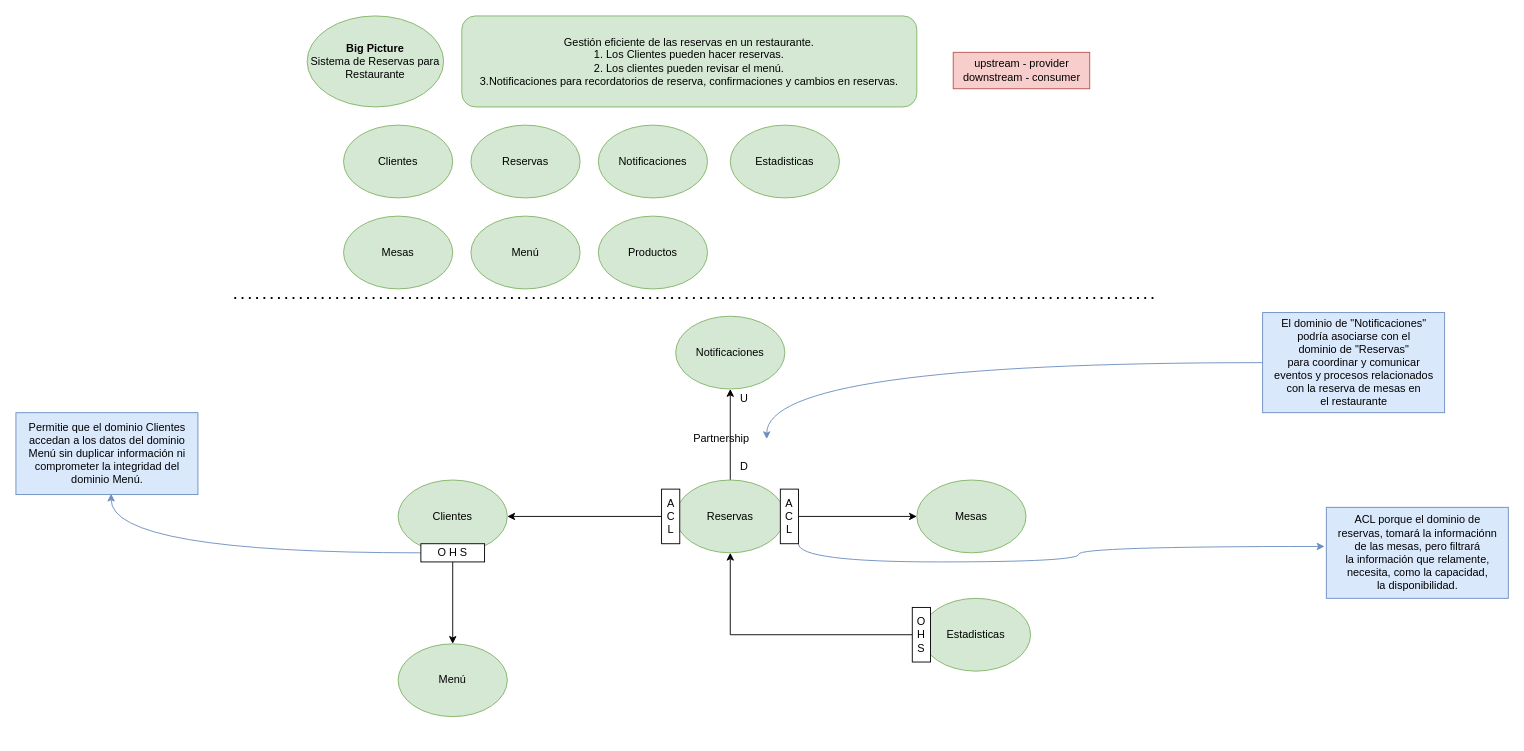
Earlier version of the draw.io diagram page "Modelado estratégico" (1 of 12) of Restaurante_Disenio.drawio (andrescardo98/doo). Source tidied: cells renumbered, new cells numbered last; positions are measured from the earlier drawing's top-left corner, leaving out a move shared by most shapes. Both pictures are drawn from the tidied source at 91%, with x=0, y=0 at pixel (15, 15).
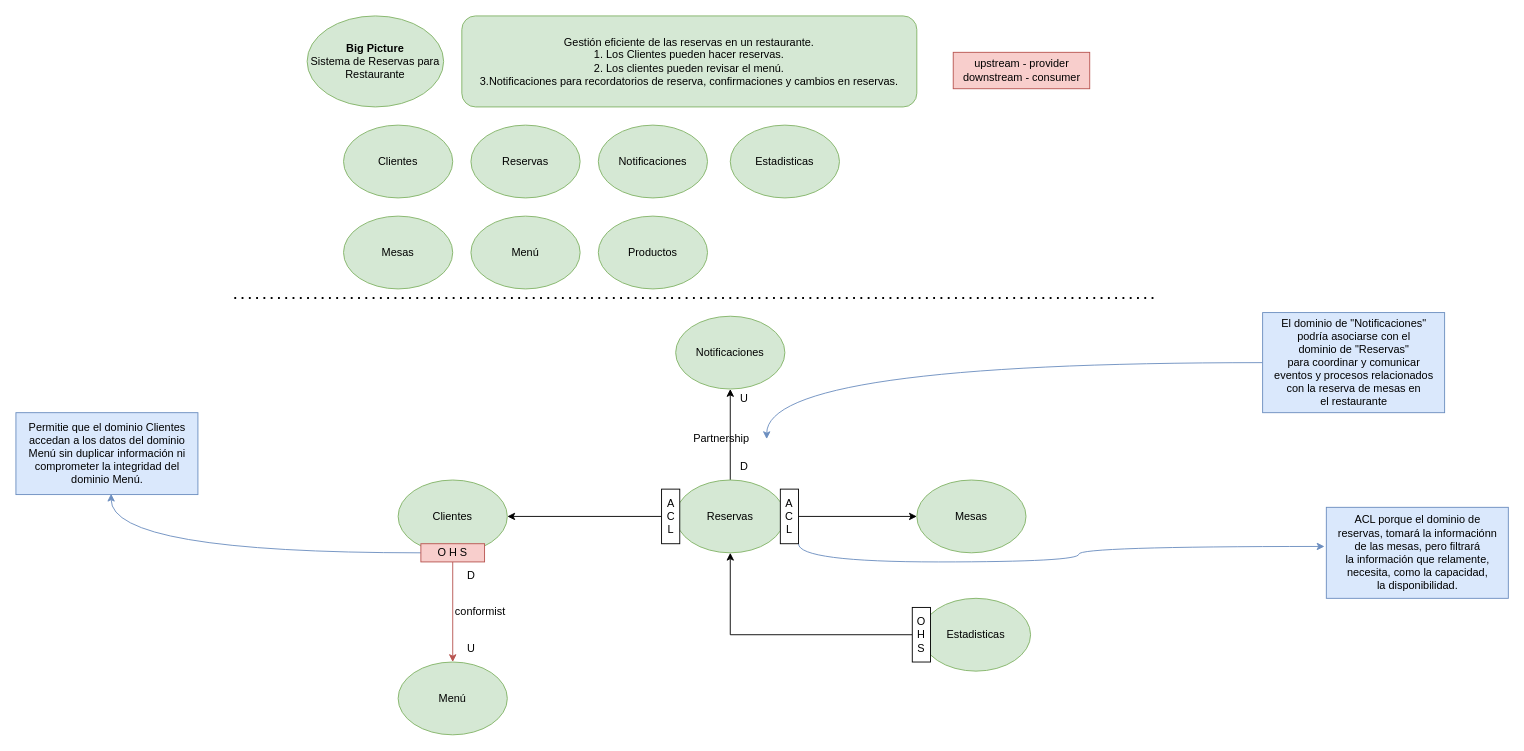
The same diagram, later.

The edit, as a diff of the source:
```diff
@@
     <mxCell id="16" value="Menú" style="ellipse;whiteSpace=wrap;html=1;fillColor=#d5e8d4;strokeColor=#82b366;" parent="1" vertex="1">
-      <mxGeometry x="420" y="690" width="120" height="80" as="geometry" />
+      <mxGeometry x="420" y="710" width="120" height="80" as="geometry" />
     </mxCell>
@@
-    <mxCell id="27" style="edgeStyle=orthogonalEdgeStyle;rounded=0;jettySize=auto;html=1;entryX=0.5;entryY=0;entryDx=0;entryDy=0;" parent="1" edge="1" source="29" target="16">
+    <mxCell id="27" style="edgeStyle=orthogonalEdgeStyle;rounded=0;jettySize=auto;html=1;entryX=0.5;entryY=0;entryDx=0;entryDy=0;fillColor=#f8cecc;strokeColor=#b85450;" parent="1" edge="1" source="29" target="16">
       <mxGeometry relative="1" as="geometry" />
     </mxCell>
@@
-    <mxCell id="29" value="O H S" style="rounded=0;whiteSpace=wrap;html=1;" parent="1" vertex="1">
+    <mxCell id="29" value="O H S" style="rounded=0;whiteSpace=wrap;html=1;fillColor=#f8cecc;strokeColor=#b85450;" parent="1" vertex="1">
       <mxGeometry x="445" y="580" width="70" height="20" as="geometry" />
     </mxCell>
@@
+    <mxCell id="37" value="conformist" style="text;html=1;align=center;verticalAlign=middle;strokeColor=none;fillColor=none;" parent="1" vertex="1">
+      <mxGeometry x="470" y="640" width="80" height="30" as="geometry" />
+    </mxCell>
+    <mxCell id="38" value="D" style="text;html=1;align=center;verticalAlign=middle;strokeColor=none;fillColor=none;" parent="1" vertex="1">
+      <mxGeometry x="485" y="600" width="30" height="30" as="geometry" />
+    </mxCell>
+    <mxCell id="39" value="U" style="text;html=1;align=center;verticalAlign=middle;strokeColor=none;fillColor=none;" parent="1" vertex="1">
+      <mxGeometry x="485" y="680" width="30" height="30" as="geometry" />
+    </mxCell>
```
